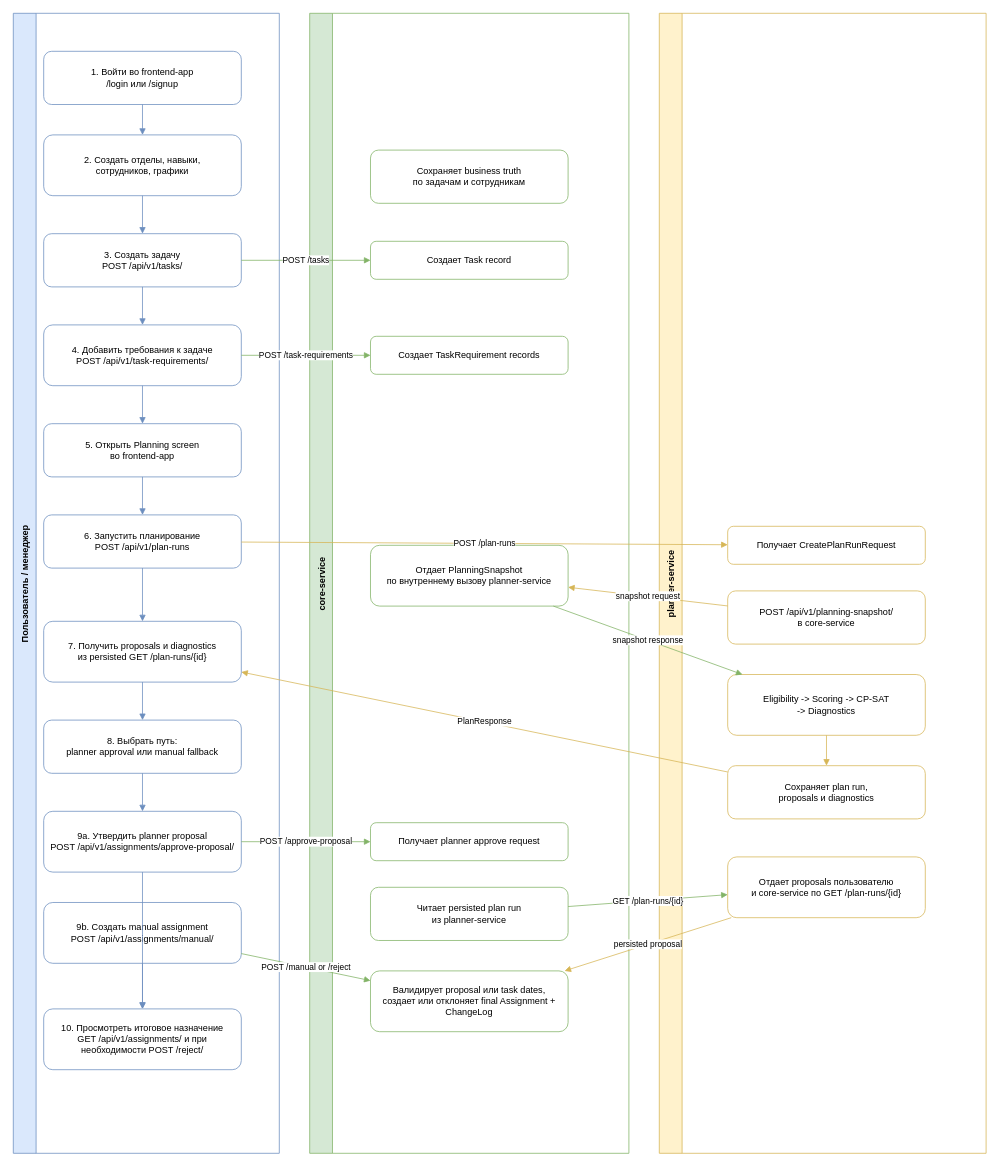
Above: docs/architecture/task-creation-and-final-assignment-flow.drawio in Soj044/diploma_Planner (draw.io), before the change. Source tidied: cells renumbered, new cells numbered last; positions are measured from the earlier drawing's top-left corner, leaving out a move shared by most shapes. Both pictures are drawn from the tidied source at 76%, with x=0, y=0 at pixel (13, 13).
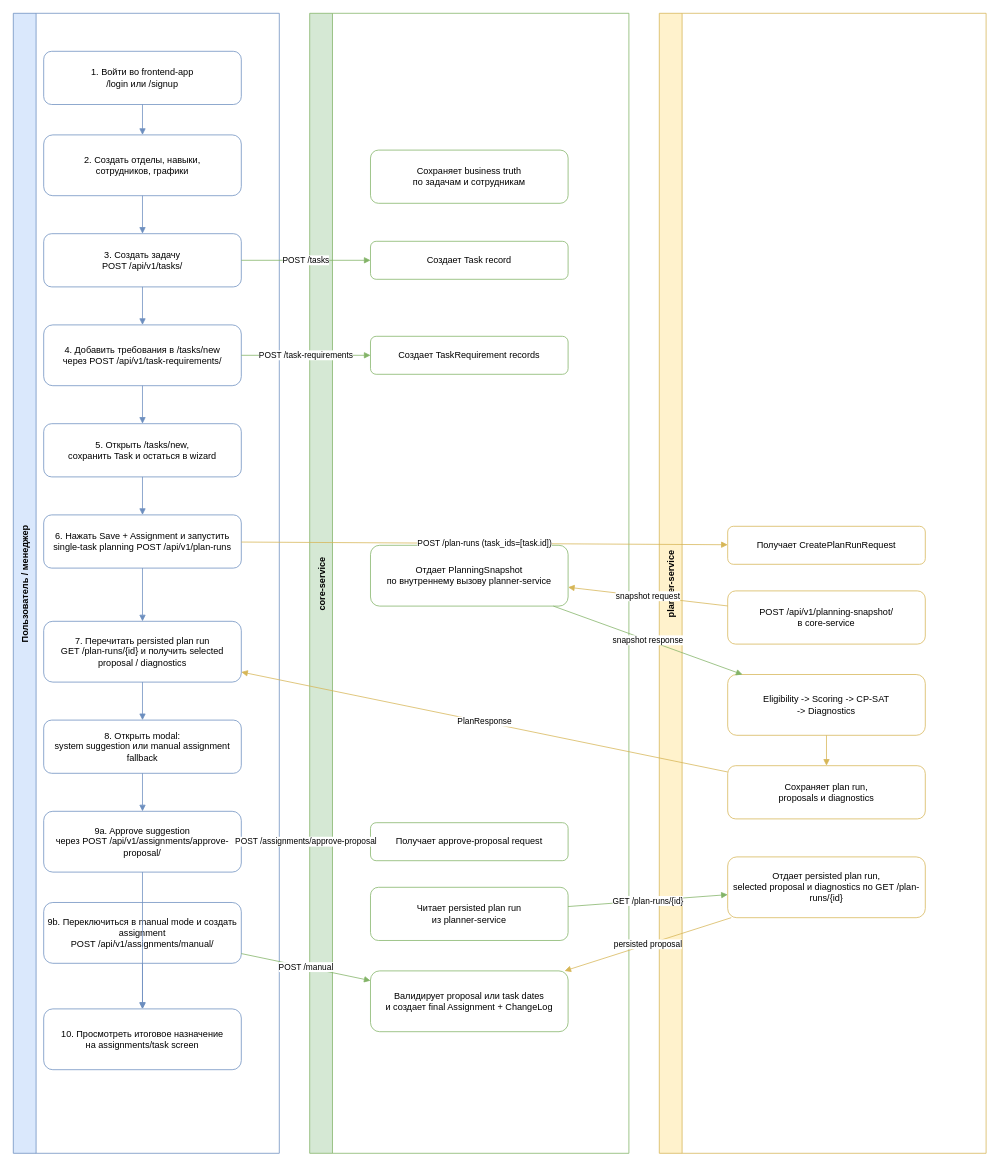
The same page after the edit.

Unchanged cells that the change refers to:
```xml
<mxCell id="2" value="Пользователь / менеджер" style="swimlane;horizontal=0;startSize=30;fillColor=#dae8fc;strokeColor=#6c8ebf;fontStyle=1;" parent="1" vertex="1">
  <mxGeometry width="350" height="1500" as="geometry" />
</mxCell>
<mxCell id="3" value="core-service" style="swimlane;horizontal=0;startSize=30;fillColor=#d5e8d4;strokeColor=#82b366;fontStyle=1;" parent="1" vertex="1">
  <mxGeometry x="390" width="420" height="1500" as="geometry" />
</mxCell>
<mxCell id="4" value="planner-service" style="swimlane;horizontal=0;startSize=30;fillColor=#fff2cc;strokeColor=#d6b656;fontStyle=1;" parent="1" vertex="1">
  <mxGeometry x="850" width="430" height="1500" as="geometry" />
</mxCell>
<mxCell id="23" value="Получает CreatePlanRunRequest" style="rounded=1;whiteSpace=wrap;html=1;fillColor=#ffffff;strokeColor=#d6b656;" parent="4" vertex="1">
  <mxGeometry x="90" y="675" width="260" height="50" as="geometry" />
</mxCell>
```

The edit, as a diff of the source:
```diff
@@
-    <mxCell id="8" value="4. Добавить требования к задаче&lt;br/&gt;POST /api/v1/task-requirements/" style="rounded=1;whiteSpace=wrap;html=1;fillColor=#ffffff;strokeColor=#6c8ebf;" parent="2" vertex="1">
+    <mxCell id="8" value="4. Добавить требования в /tasks/new&lt;br/&gt;через POST /api/v1/task-requirements/" style="rounded=1;whiteSpace=wrap;html=1;fillColor=#ffffff;strokeColor=#6c8ebf;" parent="2" vertex="1">
       <mxGeometry x="40" y="410" width="260" height="80" as="geometry" />
     </mxCell>
-    <mxCell id="9" value="5. Открыть Planning screen&lt;br/&gt;во frontend-app" style="rounded=1;whiteSpace=wrap;html=1;fillColor=#ffffff;strokeColor=#6c8ebf;" parent="2" vertex="1">
+    <mxCell id="9" value="5. Открыть /tasks/new,&lt;br/&gt;сохранить Task и остаться в wizard" style="rounded=1;whiteSpace=wrap;html=1;fillColor=#ffffff;strokeColor=#6c8ebf;" parent="2" vertex="1">
       <mxGeometry x="40" y="540" width="260" height="70" as="geometry" />
     </mxCell>
-    <mxCell id="10" value="6. Запустить планирование&lt;br/&gt;POST /api/v1/plan-runs" style="rounded=1;whiteSpace=wrap;html=1;fillColor=#ffffff;strokeColor=#6c8ebf;" parent="2" vertex="1">
+    <mxCell id="10" value="6. Нажать Save + Assignment и запустить&lt;br/&gt;single-task planning POST /api/v1/plan-runs" style="rounded=1;whiteSpace=wrap;html=1;fillColor=#ffffff;strokeColor=#6c8ebf;" parent="2" vertex="1">
       <mxGeometry x="40" y="660" width="260" height="70" as="geometry" />
     </mxCell>
-    <mxCell id="11" value="7. Получить proposals и diagnostics&lt;br/&gt;из persisted GET /plan-runs/{id}" style="rounded=1;whiteSpace=wrap;html=1;fillColor=#ffffff;strokeColor=#6c8ebf;" parent="2" vertex="1">
+    <mxCell id="11" value="7. Перечитать persisted plan run&lt;br/&gt;GET /plan-runs/{id} и получить selected proposal / diagnostics" style="rounded=1;whiteSpace=wrap;html=1;fillColor=#ffffff;strokeColor=#6c8ebf;" parent="2" vertex="1">
       <mxGeometry x="40" y="800" width="260" height="80" as="geometry" />
     </mxCell>
-    <mxCell id="12" value="8. Выбрать путь:&lt;br/&gt;planner approval или manual fallback" style="rounded=1;whiteSpace=wrap;html=1;fillColor=#ffffff;strokeColor=#6c8ebf;" parent="2" vertex="1">
+    <mxCell id="12" value="8. Открыть modal:&lt;br/&gt;system suggestion или manual assignment fallback" style="rounded=1;whiteSpace=wrap;html=1;fillColor=#ffffff;strokeColor=#6c8ebf;" parent="2" vertex="1">
       <mxGeometry x="40" y="930" width="260" height="70" as="geometry" />
     </mxCell>
-    <mxCell id="13" value="9a. Утвердить planner proposal&lt;br/&gt;POST /api/v1/assignments/approve-proposal/" style="rounded=1;whiteSpace=wrap;html=1;fillColor=#ffffff;strokeColor=#6c8ebf;" parent="2" vertex="1">
+    <mxCell id="13" value="9a. Approve suggestion&lt;br/&gt;через POST /api/v1/assignments/approve-proposal/" style="rounded=1;whiteSpace=wrap;html=1;fillColor=#ffffff;strokeColor=#6c8ebf;" parent="2" vertex="1">
       <mxGeometry x="40" y="1050" width="260" height="80" as="geometry" />
     </mxCell>
-    <mxCell id="14" value="10. Просмотреть итоговое назначение&lt;br/&gt;GET /api/v1/assignments/ и при необходимости POST /reject/" style="rounded=1;whiteSpace=wrap;html=1;fillColor=#ffffff;strokeColor=#6c8ebf;" parent="2" vertex="1">
+    <mxCell id="14" value="10. Просмотреть итоговое назначение&lt;br/&gt;на assignments/task screen" style="rounded=1;whiteSpace=wrap;html=1;fillColor=#ffffff;strokeColor=#6c8ebf;" parent="2" vertex="1">
       <mxGeometry x="40" y="1310" width="260" height="80" as="geometry" />
     </mxCell>
-    <mxCell id="15" value="9b. Создать manual assignment&lt;br/&gt;POST /api/v1/assignments/manual/" style="rounded=1;whiteSpace=wrap;html=1;fillColor=#ffffff;strokeColor=#6c8ebf;" parent="2" vertex="1">
+    <mxCell id="15" value="9b. Переключиться в manual mode и создать assignment&lt;br/&gt;POST /api/v1/assignments/manual/" style="rounded=1;whiteSpace=wrap;html=1;fillColor=#ffffff;strokeColor=#6c8ebf;" parent="2" vertex="1">
       <mxGeometry x="40" y="1170" width="260" height="80" as="geometry" />
     </mxCell>
@@
-    <mxCell id="20" value="Получает planner approve request" style="rounded=1;whiteSpace=wrap;html=1;fillColor=#ffffff;strokeColor=#82b366;" parent="3" vertex="1">
+    <mxCell id="20" value="Получает approve-proposal request" style="rounded=1;whiteSpace=wrap;html=1;fillColor=#ffffff;strokeColor=#82b366;" parent="3" vertex="1">
       <mxGeometry x="80" y="1065" width="260" height="50" as="geometry" />
     </mxCell>
@@
-    <mxCell id="22" value="Валидирует proposal или task dates,&lt;br/&gt;создает или отклоняет final Assignment + ChangeLog" style="rounded=1;whiteSpace=wrap;html=1;fillColor=#ffffff;strokeColor=#82b366;" parent="3" vertex="1">
+    <mxCell id="22" value="Валидирует proposal или task dates&lt;br/&gt;и создает final Assignment + ChangeLog" style="rounded=1;whiteSpace=wrap;html=1;fillColor=#ffffff;strokeColor=#82b366;" parent="3" vertex="1">
       <mxGeometry x="80" y="1260" width="260" height="80" as="geometry" />
     </mxCell>
@@
-    <mxCell id="27" value="Отдает proposals пользователю&lt;br/&gt;и core-service по GET /plan-runs/{id}" style="rounded=1;whiteSpace=wrap;html=1;fillColor=#ffffff;strokeColor=#d6b656;" parent="4" vertex="1">
+    <mxCell id="27" value="Отдает persisted plan run,&lt;br/&gt;selected proposal и diagnostics по GET /plan-runs/{id}" style="rounded=1;whiteSpace=wrap;html=1;fillColor=#ffffff;strokeColor=#d6b656;" parent="4" vertex="1">
       <mxGeometry x="90" y="1110" width="260" height="80" as="geometry" />
     </mxCell>
@@
-    <mxCell id="39" value="POST /plan-runs" style="endArrow=block;html=1;strokeColor=#d6b656;" parent="1" edge="1" source="10" target="23">
+    <mxCell id="39" value="POST /plan-runs (task_ids=[task.id])" style="endArrow=block;html=1;strokeColor=#d6b656;" parent="1" edge="1" source="10" target="23">
       <mxGeometry relative="1" as="geometry" />
     </mxCell>
@@
-    <mxCell id="44" value="POST /approve-proposal" style="endArrow=block;html=1;strokeColor=#82b366;" parent="1" edge="1" source="13" target="20">
+    <mxCell id="44" value="POST /assignments/approve-proposal" style="endArrow=block;html=1;strokeColor=#82b366;" parent="1" edge="1" source="13" target="20">
       <mxGeometry relative="1" as="geometry" />
     </mxCell>
@@
-    <mxCell id="48" value="POST /manual or /reject" style="endArrow=block;html=1;strokeColor=#82b366;" parent="1" edge="1" source="15" target="22">
+    <mxCell id="48" value="POST /manual" style="endArrow=block;html=1;strokeColor=#82b366;" parent="1" edge="1" source="15" target="22">
       <mxGeometry relative="1" as="geometry" />
     </mxCell>
```
